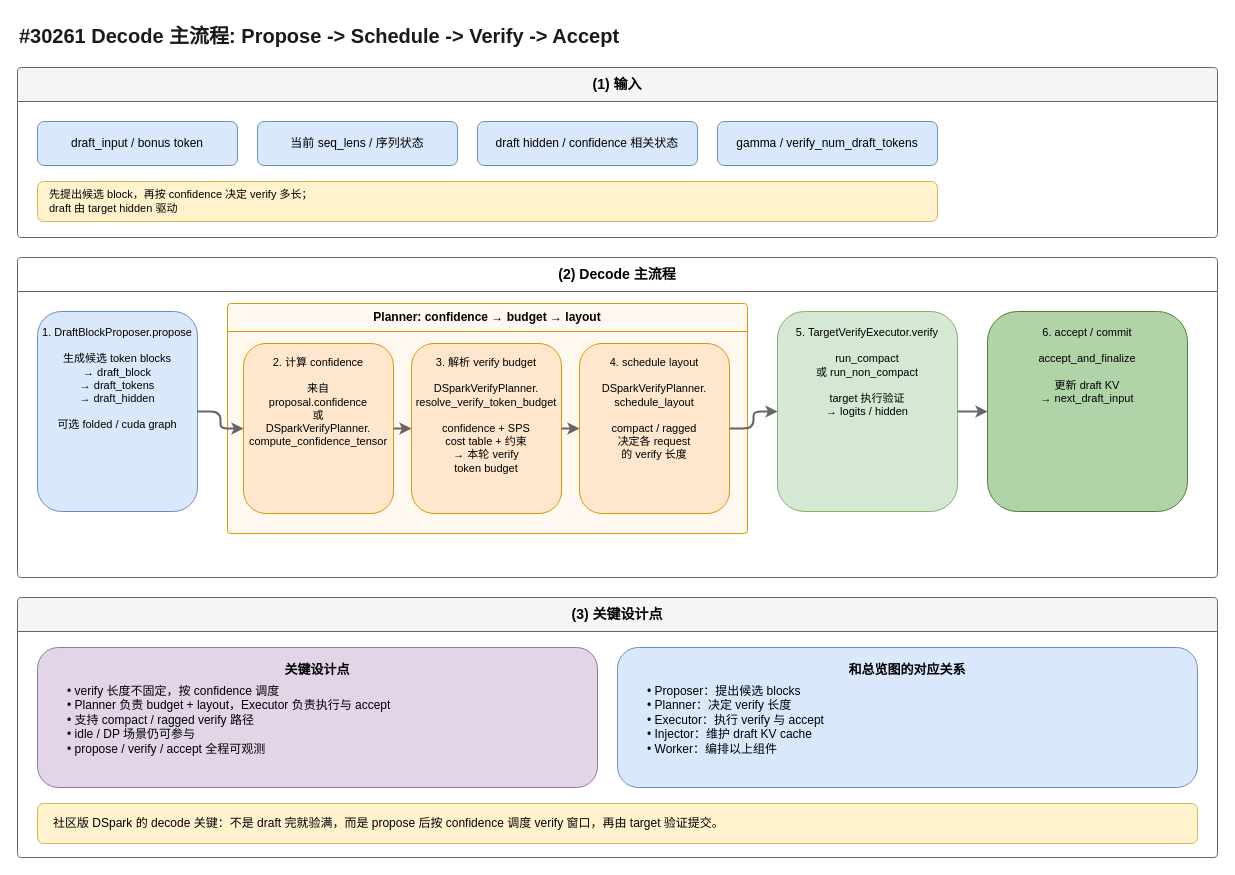
Above: artifacts/dspark-decode-main-flow.drawio in learning-sketch/drawio-skill (draw.io), before the change. Source tidied: cells renumbered, new cells numbered last; positions are measured from the earlier drawing's top-left corner, leaving out a move shared by most shapes. Both pictures are drawn from the tidied source at 100%, with x=0, y=0 at pixel (17, 17).
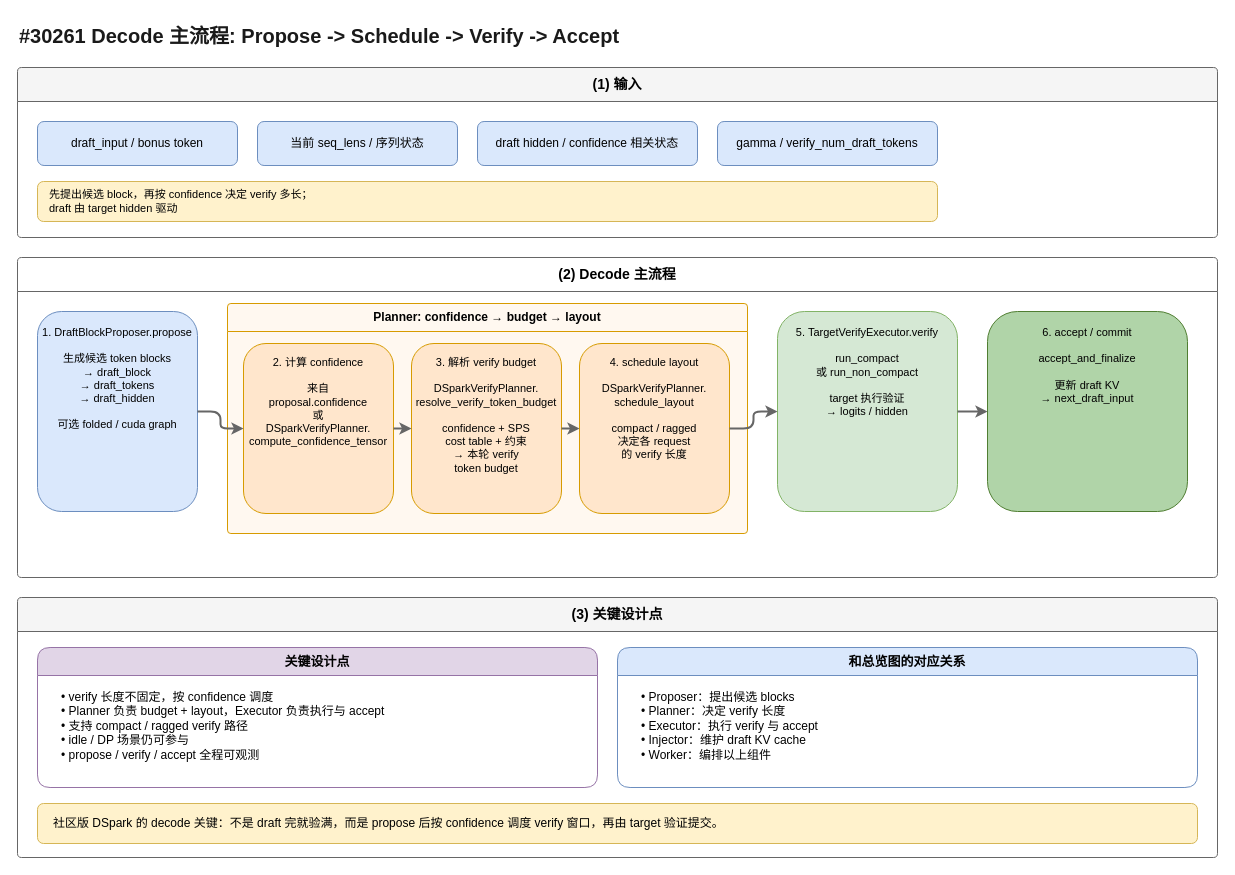
The same page after the edit.

Unchanged cells that the change refers to:
```xml
<mxCell id="22" value="(3) 关键设计点" style="swimlane;startSize=34;fillColor=#f5f5f5;strokeColor=#666666;fontStyle=1;fontSize=14;rounded=1;arcSize=4;whiteSpace=wrap;html=1;" parent="1" vertex="1">
  <mxGeometry y="580" width="1200" height="260" as="geometry" />
</mxCell>
```

Diff of the diagram source:
```diff
@@
-    <mxCell id="23" value="关键设计点" style="rounded=1;whiteSpace=wrap;html=1;fillColor=#e1d5e7;strokeColor=#9673a6;fontStyle=1;fontSize=13;align=center;verticalAlign=top;spacingTop=8;" parent="22" vertex="1">
+    <mxCell id="23" value="关键设计点" style="swimlane;startSize=28;fillColor=#e1d5e7;strokeColor=#9673a6;fontStyle=1;fontSize=13;rounded=1;whiteSpace=wrap;html=1;" parent="22" vertex="1">
       <mxGeometry x="20" y="50" width="560" height="140" as="geometry" />
     </mxCell>
-    <mxCell id="24" value="• verify 长度不固定，按 confidence 调度&#10;• Planner 负责 budget + layout，Executor 负责执行与 accept&#10;• 支持 compact / ragged verify 路径&#10;• idle / DP 场景仍可参与&#10;• propose / verify / accept 全程可观测" style="text;html=1;align=left;verticalAlign=top;spacingLeft=12;fontSize=12;whiteSpace=wrap;" parent="22" vertex="1">
-      <mxGeometry x="36" y="80" width="528" height="100" as="geometry" />
+    <mxCell id="24" value="• verify 长度不固定，按 confidence 调度&#10;• Planner 负责 budget + layout，Executor 负责执行与 accept&#10;• 支持 compact / ragged verify 路径&#10;• idle / DP 场景仍可参与&#10;• propose / verify / accept 全程可观测" style="text;html=1;align=left;verticalAlign=top;spacingLeft=10;fontSize=12;whiteSpace=wrap;" parent="23" vertex="1">
+      <mxGeometry x="12" y="36" width="536" height="92" as="geometry" />
     </mxCell>
-    <mxCell id="25" value="和总览图的对应关系" style="rounded=1;whiteSpace=wrap;html=1;fillColor=#dae8fc;strokeColor=#6c8ebf;fontStyle=1;fontSize=13;align=center;verticalAlign=top;spacingTop=8;" parent="22" vertex="1">
+    <mxCell id="25" value="和总览图的对应关系" style="swimlane;startSize=28;fillColor=#dae8fc;strokeColor=#6c8ebf;fontStyle=1;fontSize=13;rounded=1;whiteSpace=wrap;html=1;" parent="22" vertex="1">
       <mxGeometry x="600" y="50" width="580" height="140" as="geometry" />
     </mxCell>
-    <mxCell id="26" value="• Proposer：提出候选 blocks&#10;• Planner：决定 verify 长度&#10;• Executor：执行 verify 与 accept&#10;• Injector：维护 draft KV cache&#10;• Worker：编排以上组件" style="text;html=1;align=left;verticalAlign=top;spacingLeft=12;fontSize=12;whiteSpace=wrap;" parent="22" vertex="1">
-      <mxGeometry x="616" y="80" width="548" height="100" as="geometry" />
+    <mxCell id="26" value="• Proposer：提出候选 blocks&#10;• Planner：决定 verify 长度&#10;• Executor：执行 verify 与 accept&#10;• Injector：维护 draft KV cache&#10;• Worker：编排以上组件" style="text;html=1;align=left;verticalAlign=top;spacingLeft=10;fontSize=12;whiteSpace=wrap;" parent="25" vertex="1">
+      <mxGeometry x="12" y="36" width="556" height="92" as="geometry" />
     </mxCell>
```
